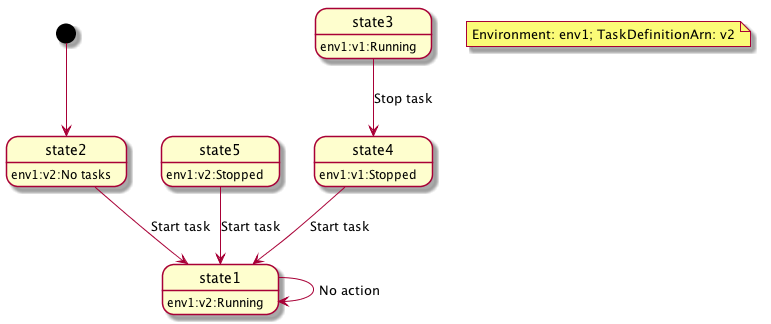
xjhe/blox keeps this PlantUML diagram as docs/diagrams/terminateThenReplaceSchedulerStateTransition.png. Above is the earlier version. Source of this version:
```plantuml
@startuml
[*] --> state2
state2 --> state1 : Start task
state5 --> state1 : Start task
state3 --> state4 : Stop task
state4 --> state1 : Start task
state1 --> state1: No action


state2: env1:v2:No tasks
state5: env1:v2:Stopped
state3: env1:v1:Running
state4: env1:v1:Stopped
state1: env1:v2:Running
note  "Environment: env1; TaskDefinitionArn: v2" as N1
@enduml
```
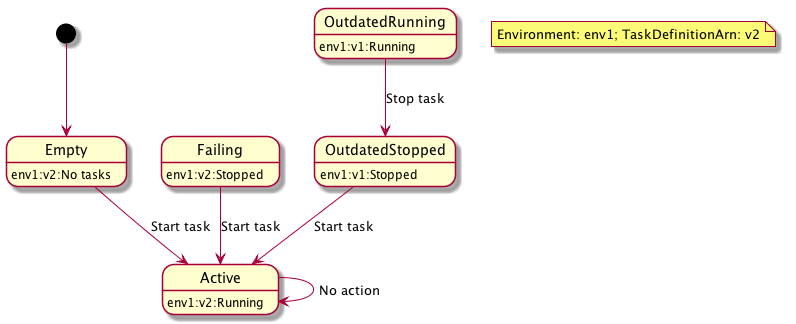
After the commit.

Commit message:
Update the statediagram and event table

The edit, as a diff of the source:
```diff
@@ -1,16 +1,15 @@
 @startuml
-[*] --> state2
-state2 --> state1 : Start task
-state5 --> state1 : Start task
-state3 --> state4 : Stop task
-state4 --> state1 : Start task
-state1 --> state1: No action
+[*] --> Empty
+Empty --> Active : Start task
+Failing --> Active : Start task
+OutdatedRunning --> OutdatedStopped : Stop task
+OutdatedStopped --> Active : Start task
+Active --> Active: No action
 
-
-state2: env1:v2:No tasks
-state5: env1:v2:Stopped
-state3: env1:v1:Running
-state4: env1:v1:Stopped
-state1: env1:v2:Running
+Empty: env1:v2:No tasks
+Failing: env1:v2:Stopped
+OutdatedRunning: env1:v1:Running
+OutdatedStopped: env1:v1:Stopped
+Active: env1:v2:Running
 note  "Environment: env1; TaskDefinitionArn: v2" as N1
 @enduml
```
